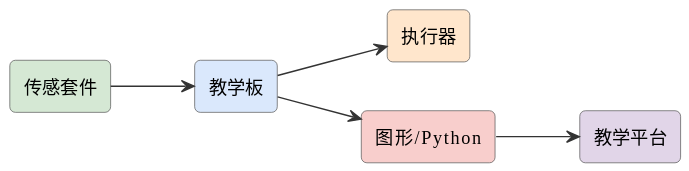
The PlantUML diagram assets/diagrams/ideas-fig126.svg in mingyi0818/IntelligentMcuCourse, before a commit.
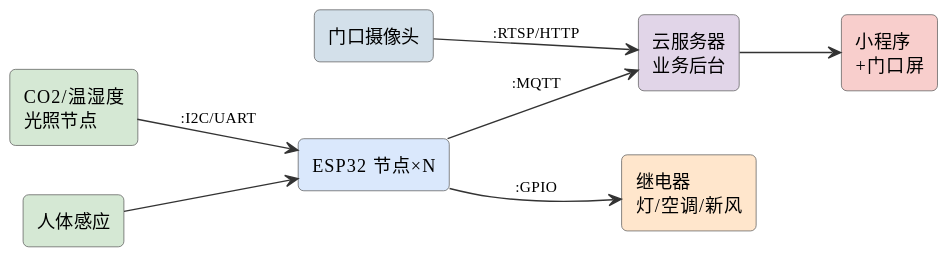
The same diagram one commit later.

What changed in the source:
```diff
@@ -6,13 +6,17 @@
 skinparam arrowFontSize 11
 skinparam arrowColor #333
 left to right direction
-rectangle "教学板" as board #dae8fc
-rectangle "传感套件" as sense #d5e8d4
-rectangle "执行器" as act #ffe6cc
-rectangle "图形/Python" as code #f8cecc
-rectangle "教学平台" as plat #e1d5e8
-sense --> board
-board --> act
-board --> code
-code --> plat
+rectangle "门口摄像头" as cam #d3e0ea
+rectangle "CO2/温湿度\n光照节点" as env #d5e8d4
+rectangle "人体感应" as pir #d5e8d4
+rectangle "ESP32 节点×N" as esp #dae8fc
+rectangle "继电器\n灯/空调/新风" as ctrl #ffe6cc
+rectangle "云服务器\n业务后台" as srv #e1d5e8
+rectangle "小程序\n+门口屏" as app #f8cecc
+env --> esp : :I2C/UART
+pir --> esp
+esp --> ctrl : :GPIO
+cam --> srv : :RTSP/HTTP
+esp --> srv : :MQTT
+srv --> app
 @enduml
```
